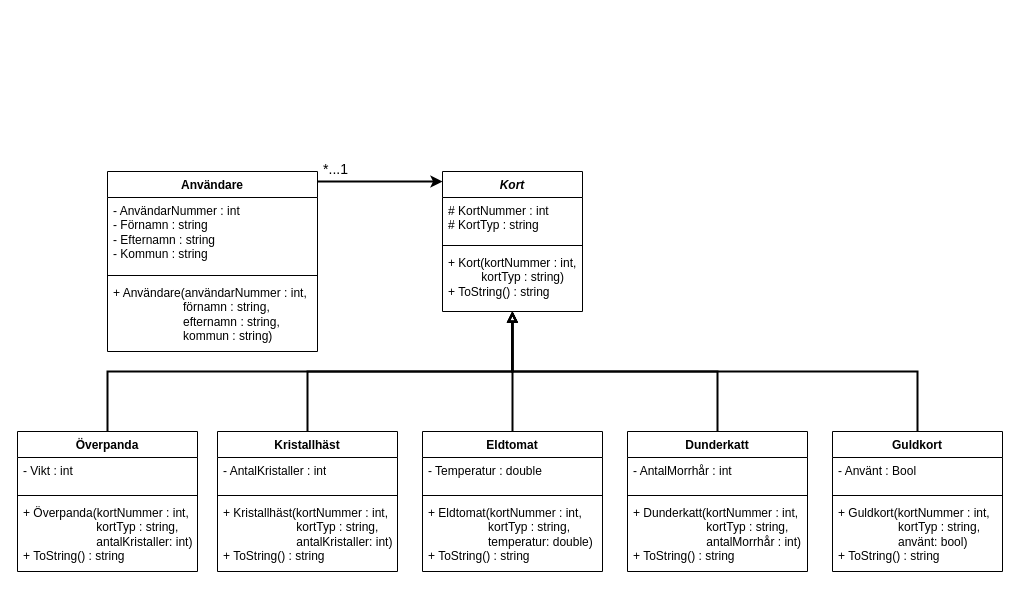
This is klassdiagram planering.drawio from JakeBow/shopping-list, a draw.io file, before an edit. Source tidied: cells renumbered, new cells numbered last; positions are measured from the earlier drawing's top-left corner, leaving out a move shared by most shapes. Both pictures are drawn from the tidied source at 100%, with x=0, y=0 at pixel (17, 154).
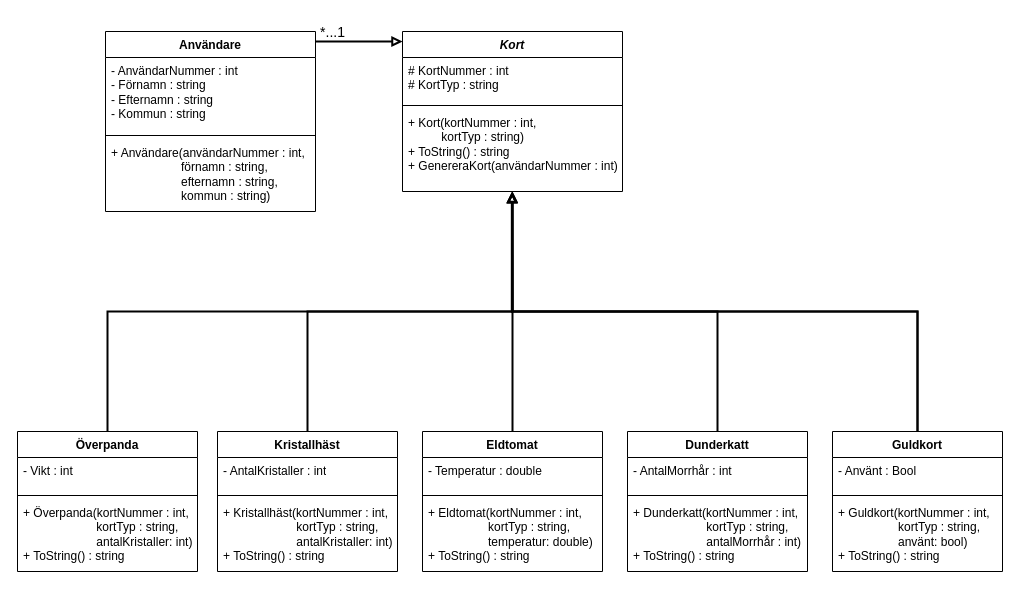
The same diagram, later.

Unchanged cells that the change refers to:
```xml
<mxCell id="12" value="Guldkort" style="swimlane;fontStyle=1;align=center;verticalAlign=top;horizontal=1;startSize=26;whiteSpace=wrap;html=1;" parent="1" vertex="1">
  <mxGeometry x="815" y="277" width="170" height="140" as="geometry" />
</mxCell>
<mxCell id="17" value="Dunderkatt" style="swimlane;fontStyle=1;align=center;verticalAlign=top;horizontal=1;startSize=26;whiteSpace=wrap;html=1;" parent="1" vertex="1">
  <mxGeometry x="610" y="277" width="180" height="140" as="geometry" />
</mxCell>
<mxCell id="22" value="Eldtomat" style="swimlane;fontStyle=1;align=center;verticalAlign=top;horizontal=1;startSize=26;whiteSpace=wrap;html=1;" parent="1" vertex="1">
  <mxGeometry x="405" y="277" width="180" height="140" as="geometry" />
</mxCell>
<mxCell id="26" value="Kristallhäst" style="swimlane;fontStyle=1;align=center;verticalAlign=top;horizontal=1;startSize=26;whiteSpace=wrap;html=1;" parent="1" vertex="1">
  <mxGeometry x="200" y="277" width="180" height="140" as="geometry" />
</mxCell>
<mxCell id="31" value="Överpanda" style="swimlane;fontStyle=1;align=center;verticalAlign=top;horizontal=1;startSize=26;whiteSpace=wrap;html=1;" parent="1" vertex="1">
  <mxGeometry y="277" width="180" height="140" as="geometry" />
</mxCell>
```

The edit, as a diff of the source:
```diff
@@
-    <mxCell id="2" style="edgeStyle=orthogonalEdgeStyle;rounded=0;orthogonalLoop=1;jettySize=auto;html=1;exitX=1;exitY=0;exitDx=0;exitDy=0;entryX=0;entryY=0;entryDx=0;entryDy=0;strokeWidth=2;" parent="1" edge="1">
-      <mxGeometry relative="1" as="geometry">
-        <mxPoint x="300" y="27" as="sourcePoint" />
-        <mxPoint x="425" y="27" as="targetPoint" />
-        <Array as="points">
-          <mxPoint x="360" y="27" />
-          <mxPoint x="360" y="27" />
-        </Array>
-      </mxGeometry>
-    </mxCell>
+    <mxCell id="37" style="edgeStyle=orthogonalEdgeStyle;shape=connector;rounded=0;orthogonalLoop=1;jettySize=auto;html=1;exitX=1;exitY=0;exitDx=0;exitDy=0;entryX=0;entryY=0;entryDx=0;entryDy=0;strokeColor=default;strokeWidth=2;align=center;verticalAlign=middle;fontFamily=Helvetica;fontSize=11;fontColor=default;labelBackgroundColor=default;endArrow=block;endFill=0;" parent="1" edge="1">
+      <mxGeometry relative="1" as="geometry">
+        <mxPoint x="298" y="-113" as="sourcePoint" />
+        <mxPoint x="385" y="-113" as="targetPoint" />
+        <Array as="points">
+          <mxPoint x="318" y="-113" />
+          <mxPoint x="318" y="-113" />
+        </Array>
+      </mxGeometry>
+    </mxCell>
     <mxCell id="3" value="Användare" style="swimlane;fontStyle=1;align=center;verticalAlign=top;horizontal=1;startSize=26;whiteSpace=wrap;html=1;" parent="1" vertex="1">
-      <mxGeometry x="90" y="17" width="210" height="180" as="geometry" />
+      <mxGeometry x="88" y="-123" width="210" height="180" as="geometry" />
     </mxCell>
@@
     <mxCell id="7" value="&lt;i&gt;Kort&lt;/i&gt;" style="swimlane;fontStyle=1;align=center;verticalAlign=top;horizontal=1;startSize=26;whiteSpace=wrap;html=1;" parent="1" vertex="1">
-      <mxGeometry x="425" y="17" width="140" height="140" as="geometry" />
+      <mxGeometry x="385" y="-123" width="220" height="160" as="geometry" />
     </mxCell>
     <mxCell id="8" value="&lt;div&gt;# KortNummer : int&lt;/div&gt;&lt;div&gt;# KortTyp : string&lt;/div&gt;&lt;div&gt;&lt;br&gt;&lt;/div&gt;" style="text;strokeColor=none;fillColor=none;align=left;verticalAlign=top;spacingLeft=4;spacingRight=4;overflow=hidden;whiteSpace=wrap;html=1;" parent="7" vertex="1">
-      <mxGeometry y="26" width="140" height="44" as="geometry" />
+      <mxGeometry y="26" width="220" height="44" as="geometry" />
     </mxCell>
     <mxCell id="9" style="line;strokeWidth=1;fillColor=none;align=left;verticalAlign=middle;spacingTop=-1;spacingLeft=3;spacingRight=3;labelPosition=right;strokeColor=inherit;" parent="7" vertex="1">
-      <mxGeometry y="70" width="140" height="8" as="geometry" />
+      <mxGeometry y="70" width="220" height="8" as="geometry" />
     </mxCell>
-    <mxCell id="10" value="&lt;div&gt;+ Kort(kortNummer : int,&lt;/div&gt;&lt;div&gt;&lt;span style=&quot;white-space: pre;&quot;&gt;&#9;&lt;/span&gt;&amp;nbsp; kortTyp : string)&lt;/div&gt;&lt;div&gt;+ ToString() : string&lt;/div&gt;" style="text;strokeColor=none;fillColor=none;align=left;verticalAlign=top;spacingLeft=4;spacingRight=4;overflow=hidden;points=[[0,0.5],[1,0.5]];portConstraint=eastwest;whiteSpace=wrap;html=1;" parent="7" vertex="1">
-      <mxGeometry y="78" width="140" height="62" as="geometry" />
+    <mxCell id="10" value="&lt;div&gt;+ Kort(kortNummer : int,&lt;/div&gt;&lt;div&gt;&lt;span style=&quot;white-space: pre;&quot;&gt;&#9;&lt;/span&gt;&amp;nbsp; kortTyp : string)&lt;/div&gt;&lt;div&gt;+ ToString() : string&lt;/div&gt;&lt;div&gt;+ GenereraKort(användarNummer : int)&lt;/div&gt;" style="text;strokeColor=none;fillColor=none;align=left;verticalAlign=top;spacingLeft=4;spacingRight=4;overflow=hidden;points=[[0,0.5],[1,0.5]];portConstraint=eastwest;whiteSpace=wrap;html=1;" parent="7" vertex="1">
+      <mxGeometry y="78" width="220" height="82" as="geometry" />
     </mxCell>
-    <mxCell id="11" style="edgeStyle=orthogonalEdgeStyle;shape=connector;rounded=0;jettySize=auto;html=1;exitX=0.5;exitY=0;exitDx=0;exitDy=0;strokeColor=default;strokeWidth=2;align=center;verticalAlign=middle;fontFamily=Helvetica;fontSize=11;fontColor=default;labelBackgroundColor=default;endArrow=block;endFill=0;entryX=0.499;entryY=1.001;entryDx=0;entryDy=0;entryPerimeter=0;" parent="1" edge="1" source="12" target="10">
+    <mxCell id="11" style="edgeStyle=orthogonalEdgeStyle;shape=connector;rounded=0;jettySize=auto;html=1;exitX=0.5;exitY=0;exitDx=0;exitDy=0;strokeColor=default;strokeWidth=2;align=center;verticalAlign=middle;fontFamily=Helvetica;fontSize=11;fontColor=default;labelBackgroundColor=default;endArrow=block;endFill=0;entryX=0.499;entryY=1.008;entryDx=0;entryDy=0;entryPerimeter=0;" parent="1" edge="1" source="12" target="10">
       <mxGeometry relative="1" as="geometry" />
     </mxCell>
@@
-    <mxCell id="16" style="edgeStyle=orthogonalEdgeStyle;shape=connector;rounded=0;jettySize=auto;html=1;exitX=0.5;exitY=0;exitDx=0;exitDy=0;strokeColor=default;strokeWidth=2;align=center;verticalAlign=middle;fontFamily=Helvetica;fontSize=11;fontColor=default;labelBackgroundColor=default;endArrow=block;endFill=0;entryX=0.499;entryY=0.995;entryDx=0;entryDy=0;entryPerimeter=0;" parent="1" edge="1" source="17" target="10">
+    <mxCell id="16" style="edgeStyle=orthogonalEdgeStyle;shape=connector;rounded=0;jettySize=auto;html=1;exitX=0.5;exitY=0;exitDx=0;exitDy=0;strokeColor=default;strokeWidth=2;align=center;verticalAlign=middle;fontFamily=Helvetica;fontSize=11;fontColor=default;labelBackgroundColor=default;endArrow=block;endFill=0;entryX=0.497;entryY=1.006;entryDx=0;entryDy=0;entryPerimeter=0;" parent="1" edge="1" source="17" target="10">
       <mxGeometry relative="1" as="geometry" />
     </mxCell>
@@
-    <mxCell id="21" style="edgeStyle=orthogonalEdgeStyle;rounded=0;jettySize=auto;html=1;exitX=0.5;exitY=0;exitDx=0;exitDy=0;entryX=0.5;entryY=1;entryDx=0;entryDy=0;endArrow=block;endFill=0;strokeWidth=2;" parent="1" edge="1" source="22" target="7">
-      <mxGeometry relative="1" as="geometry" />
-    </mxCell>
+    <mxCell id="38" style="edgeStyle=orthogonalEdgeStyle;shape=connector;rounded=0;jettySize=auto;html=1;exitX=0.5;exitY=0;exitDx=0;exitDy=0;strokeColor=default;strokeWidth=2;align=center;verticalAlign=middle;fontFamily=Helvetica;fontSize=11;fontColor=default;labelBackgroundColor=default;endArrow=block;endFill=0;entryX=0.498;entryY=1.005;entryDx=0;entryDy=0;entryPerimeter=0;" parent="1" edge="1" source="22" target="10">
+      <mxGeometry relative="1" as="geometry" />
+    </mxCell>
@@
+    <mxCell id="36" style="edgeStyle=orthogonalEdgeStyle;shape=connector;rounded=0;jettySize=auto;html=1;exitX=0.5;exitY=0;exitDx=0;exitDy=0;strokeColor=default;strokeWidth=2;align=center;verticalAlign=middle;fontFamily=Helvetica;fontSize=11;fontColor=default;labelBackgroundColor=default;endArrow=block;endFill=0;entryX=0.499;entryY=1.005;entryDx=0;entryDy=0;entryPerimeter=0;" parent="1" edge="1" source="26" target="10">
+      <mxGeometry relative="1" as="geometry" />
+    </mxCell>
@@
-    <mxCell id="30" style="edgeStyle=orthogonalEdgeStyle;shape=connector;rounded=0;jettySize=auto;html=1;exitX=0.5;exitY=0;exitDx=0;exitDy=0;strokeColor=default;strokeWidth=2;align=center;verticalAlign=middle;fontFamily=Helvetica;fontSize=11;fontColor=default;labelBackgroundColor=default;endArrow=block;endFill=0;entryX=0.498;entryY=1;entryDx=0;entryDy=0;entryPerimeter=0;" parent="1" edge="1" source="31" target="10">
+    <mxCell id="30" style="edgeStyle=orthogonalEdgeStyle;shape=connector;rounded=0;jettySize=auto;html=1;exitX=0.5;exitY=0;exitDx=0;exitDy=0;strokeColor=default;strokeWidth=2;align=center;verticalAlign=middle;fontFamily=Helvetica;fontSize=11;fontColor=default;labelBackgroundColor=default;endArrow=block;endFill=0;entryX=0.499;entryY=1.004;entryDx=0;entryDy=0;entryPerimeter=0;" parent="1" edge="1" source="31" target="10">
       <mxGeometry relative="1" as="geometry" />
     </mxCell>
@@
     <mxCell id="35" value="&lt;font style=&quot;font-size: 14px;&quot;&gt;*...1&lt;/font&gt;" style="text;html=1;align=center;verticalAlign=middle;strokeColor=none;fillColor=none;" parent="1" vertex="1">
-      <mxGeometry x="296" width="43" height="29" as="geometry" />
+      <mxGeometry x="293" y="-137" width="43" height="29" as="geometry" />
     </mxCell>
-    <mxCell id="36" style="edgeStyle=orthogonalEdgeStyle;shape=connector;rounded=0;jettySize=auto;html=1;exitX=0.5;exitY=0;exitDx=0;exitDy=0;entryX=0.5;entryY=1;entryDx=0;entryDy=0;entryPerimeter=0;strokeColor=default;strokeWidth=2;align=center;verticalAlign=middle;fontFamily=Helvetica;fontSize=11;fontColor=default;labelBackgroundColor=default;endArrow=block;endFill=0;" parent="1" edge="1" source="26" target="10">
-      <mxGeometry relative="1" as="geometry" />
-    </mxCell>
+    <mxCell id="39" style="edgeStyle=orthogonalEdgeStyle;shape=connector;rounded=0;jettySize=auto;html=1;exitX=0.5;exitY=0;exitDx=0;exitDy=0;strokeColor=default;strokeWidth=2;align=center;verticalAlign=middle;fontFamily=Helvetica;fontSize=11;fontColor=default;labelBackgroundColor=default;endArrow=block;endFill=0;entryX=0.5;entryY=1;entryDx=0;entryDy=0;" parent="1" edge="1" source="12" target="7">
+      <mxGeometry relative="1" as="geometry" />
+    </mxCell>
```
